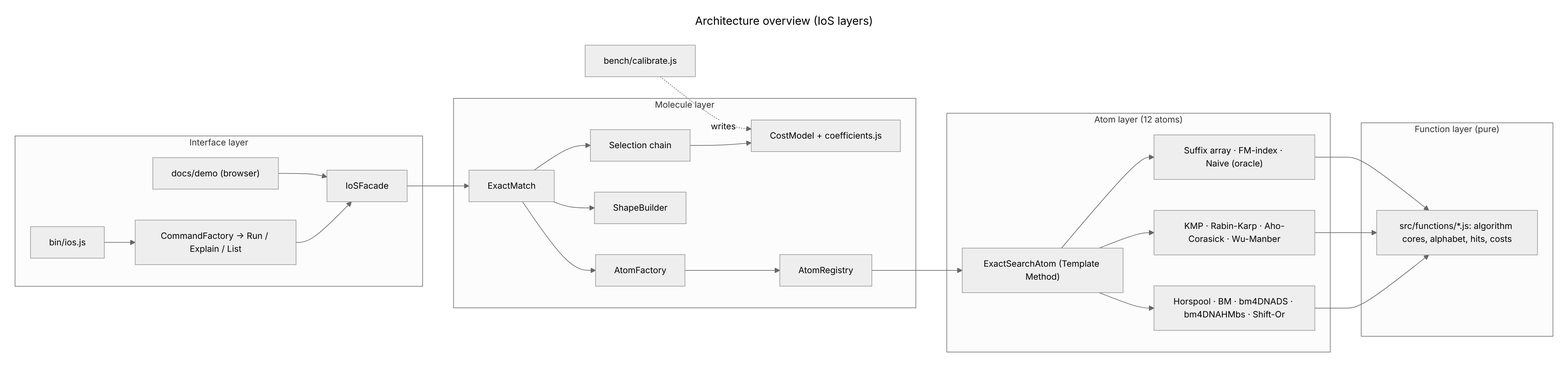
This is docs/uml/01-overview.png from Qanoo-Taweel/ios-adaptive-exact-match, a Mermaid export, as it was before one commit. Its source is kept beside it as docs/uml/01-overview.mmd. Its diagram source:
```mermaid
---
title: Architecture overview (IoS layers)
---
flowchart LR
  subgraph CLI["Interface layer"]
    bin["bin/ios.js"] --> cmd["CommandFactory → Run / Explain / List"]
    cmd --> fac["IoSFacade"]
    web["docs/demo (browser)"] --> fac
  end
  subgraph MOL["Molecule layer"]
    em["ExactMatch"] --> chain["Selection chain"]
    chain --> cm["CostModel + coefficients.js"]
    em --> sb["ShapeBuilder"]
    em --> af["AtomFactory"]
    af --> reg["AtomRegistry"]
  end
  subgraph ATOM["Atom layer (12 atoms)"]
    base["ExactSearchAtom (Template Method)"]
    a1["Horspool · BM · bm4DNADS · bm4DNAHMbs · Shift-Or"]
    a2["KMP · Rabin-Karp · Aho-Corasick · Wu-Manber"]
    a3["Suffix array · FM-index · Naive (oracle)"]
    base --- a1 & a2 & a3
  end
  subgraph FN["Function layer (pure)"]
    f["src/functions/*.js: algorithm cores, alphabet, hits, costs"]
  end
  fac --> em
  reg --> base
  a1 & a2 & a3 --> f
  bench["bench/calibrate.js"] -. writes .-> cm
```
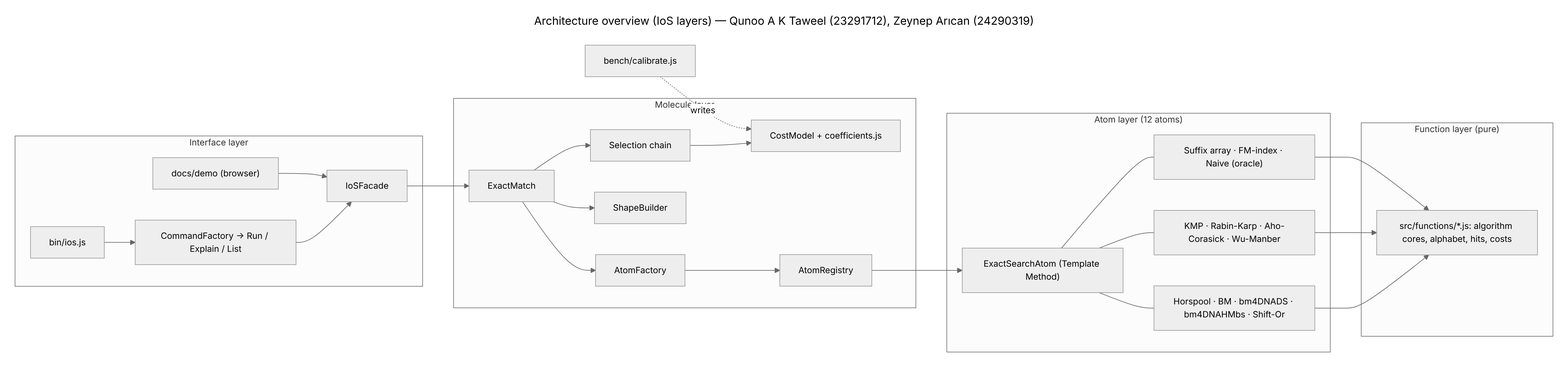
After the commit.

Diff of the diagram source:
```diff
@@ -1,5 +1,5 @@
 ---
-title: Architecture overview (IoS layers)
+title: Architecture overview (IoS layers) — Qunoo A K Taweel (23291712), Zeynep Arıcan (24290319)
 ---
 flowchart LR
   subgraph CLI["Interface layer"]
```
